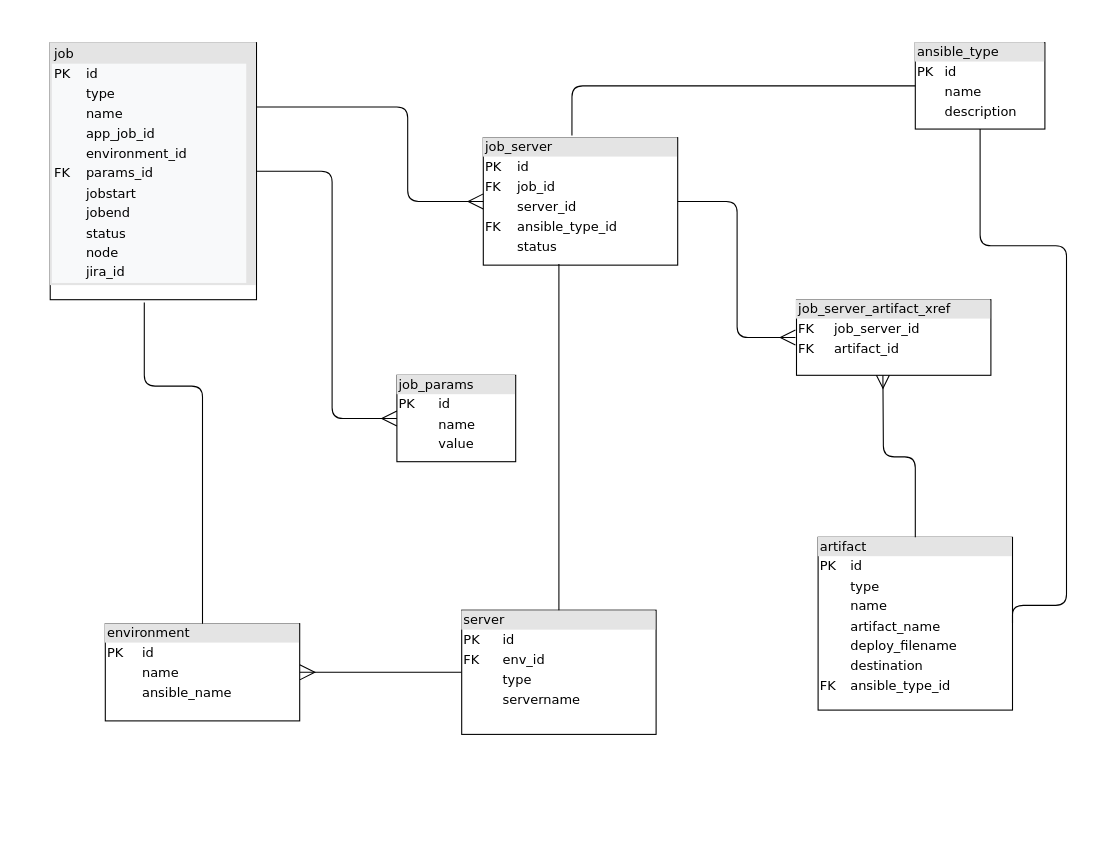
Before: DrawIO/KWI-Deployment-DB-ER.drawio in jchupick/development, a draw.io diagram. Source tidied: cells renumbered, new cells numbered last; positions are measured from the earlier drawing's top-left corner, leaving out a move shared by most shapes. Both pictures are drawn from the tidied source at 108%, with x=0, y=0 at pixel (50, 42).
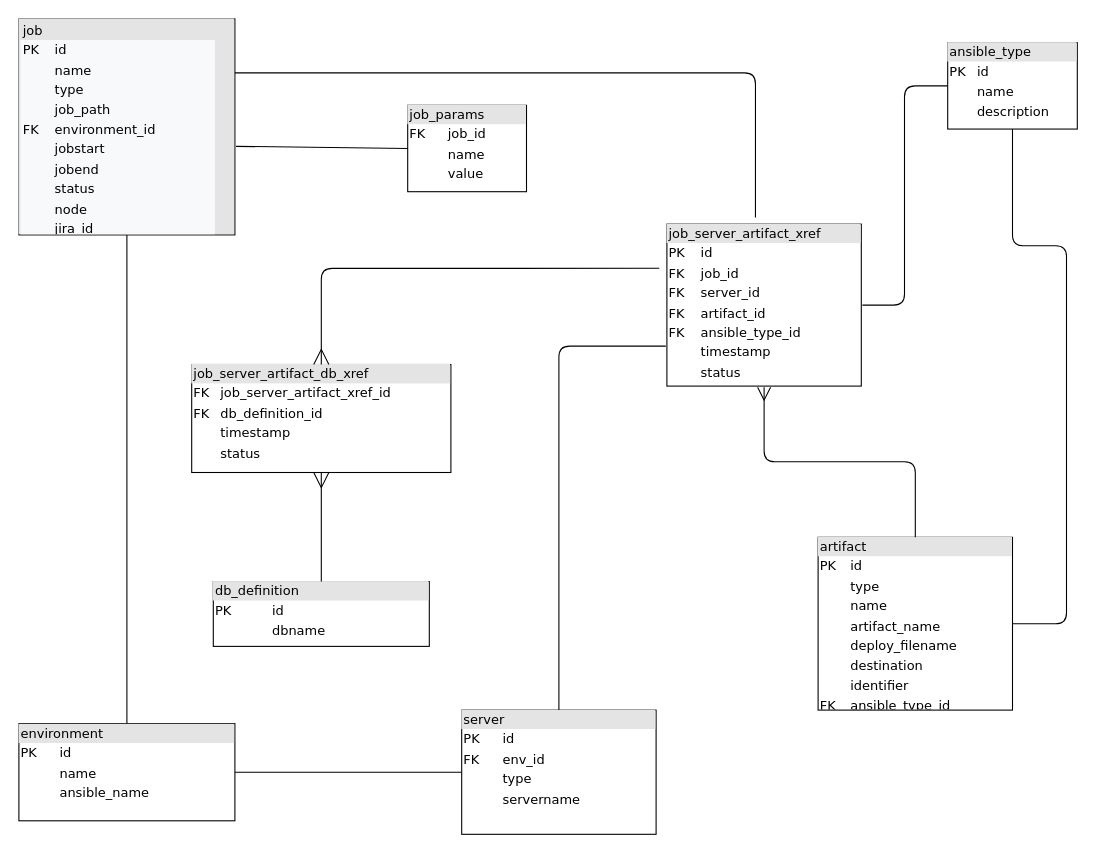
The same page after the edit.

The edit, as a diff of the source:
```diff
@@
-    <mxCell id="2" value="&lt;div style=&quot;box-sizing: border-box ; width: 100% ; background: #e4e4e4 ; padding: 2px&quot;&gt;&lt;div style=&quot;box-sizing: border-box ; width: 180px ; padding: 2px&quot;&gt;job&lt;/div&gt;&lt;table cellpadding=&quot;2&quot; cellspacing=&quot;0&quot; style=&quot;font-size: 1em ; background-color: rgb(248 , 249 , 250) ; width: 180px&quot;&gt;&lt;tbody&gt;&lt;tr&gt;&lt;td&gt;PK&lt;/td&gt;&lt;td&gt;id&lt;/td&gt;&lt;/tr&gt;&lt;tr&gt;&lt;td&gt;&lt;br&gt;&lt;/td&gt;&lt;td&gt;type&lt;/td&gt;&lt;/tr&gt;&lt;tr&gt;&lt;td&gt;&lt;/td&gt;&lt;td&gt;name&lt;/td&gt;&lt;/tr&gt;&lt;tr&gt;&lt;td&gt;&lt;br&gt;&lt;/td&gt;&lt;td&gt;app_job_id&lt;/td&gt;&lt;/tr&gt;&lt;tr&gt;&lt;td&gt;&lt;br&gt;&lt;/td&gt;&lt;td&gt;environment_id&lt;/td&gt;&lt;/tr&gt;&lt;tr&gt;&lt;td&gt;FK&lt;br&gt;&lt;/td&gt;&lt;td&gt;params_id&lt;/td&gt;&lt;/tr&gt;&lt;tr&gt;&lt;td&gt;&lt;br&gt;&lt;/td&gt;&lt;td&gt;jobstart&lt;/td&gt;&lt;/tr&gt;&lt;tr&gt;&lt;td&gt;&lt;br&gt;&lt;/td&gt;&lt;td&gt;jobend&lt;/td&gt;&lt;/tr&gt;&lt;tr&gt;&lt;td&gt;&lt;br&gt;&lt;/td&gt;&lt;td&gt;status&lt;/td&gt;&lt;/tr&gt;&lt;tr&gt;&lt;td&gt;&lt;br&gt;&lt;/td&gt;&lt;td&gt;node&lt;/td&gt;&lt;/tr&gt;&lt;tr&gt;&lt;td&gt;&lt;br&gt;&lt;/td&gt;&lt;td&gt;jira_id&lt;/td&gt;&lt;/tr&gt;&lt;/tbody&gt;&lt;/table&gt;&lt;/div&gt;" style="verticalAlign=top;align=left;overflow=fill;html=1;rounded=0;shadow=0;comic=0;labelBackgroundColor=none;strokeWidth=1;fontFamily=Verdana;fontSize=12;" parent="1" vertex="1">
-      <mxGeometry width="191" height="238" as="geometry" />
+    <mxCell id="2" value="&lt;div style=&quot;box-sizing: border-box ; width: 100% ; background: #e4e4e4 ; padding: 2px&quot;&gt;&lt;div style=&quot;box-sizing: border-box ; width: 180px ; padding: 2px&quot;&gt;job&lt;/div&gt;&lt;table cellpadding=&quot;2&quot; cellspacing=&quot;0&quot; style=&quot;font-size: 1em ; background-color: rgb(248 , 249 , 250) ; width: 180px&quot;&gt;&lt;tbody&gt;&lt;tr&gt;&lt;td&gt;PK&lt;/td&gt;&lt;td&gt;id&lt;/td&gt;&lt;/tr&gt;&lt;tr&gt;&lt;td&gt;&lt;br&gt;&lt;/td&gt;&lt;td&gt;name&lt;/td&gt;&lt;/tr&gt;&lt;tr&gt;&lt;td&gt;&lt;br&gt;&lt;/td&gt;&lt;td&gt;type&lt;/td&gt;&lt;/tr&gt;&lt;tr&gt;&lt;td&gt;&lt;br&gt;&lt;/td&gt;&lt;td&gt;job_path&lt;/td&gt;&lt;/tr&gt;&lt;tr&gt;&lt;td&gt;FK&lt;/td&gt;&lt;td&gt;environment_id&lt;/td&gt;&lt;/tr&gt;&lt;tr&gt;&lt;td&gt;&lt;br&gt;&lt;/td&gt;&lt;td&gt;jobstart&lt;/td&gt;&lt;/tr&gt;&lt;tr&gt;&lt;td&gt;&lt;br&gt;&lt;/td&gt;&lt;td&gt;jobend&lt;/td&gt;&lt;/tr&gt;&lt;tr&gt;&lt;td&gt;&lt;br&gt;&lt;/td&gt;&lt;td&gt;status&lt;/td&gt;&lt;/tr&gt;&lt;tr&gt;&lt;td&gt;&lt;br&gt;&lt;/td&gt;&lt;td&gt;node&lt;/td&gt;&lt;/tr&gt;&lt;tr&gt;&lt;td&gt;&lt;br&gt;&lt;/td&gt;&lt;td&gt;jira_id&lt;/td&gt;&lt;/tr&gt;&lt;/tbody&gt;&lt;/table&gt;&lt;/div&gt;" style="verticalAlign=top;align=left;overflow=fill;html=1;rounded=0;shadow=0;comic=0;labelBackgroundColor=none;strokeWidth=1;fontFamily=Verdana;fontSize=12;" parent="1" vertex="1">
+      <mxGeometry x="-29" y="-22" width="200" height="200" as="geometry" />
     </mxCell>
-    <mxCell id="3" value="&lt;div style=&quot;box-sizing: border-box ; width: 100% ; background: #e4e4e4 ; padding: 2px&quot;&gt;job_params&lt;/div&gt;&lt;table style=&quot;width: 100% ; font-size: 1em&quot; cellpadding=&quot;2&quot; cellspacing=&quot;0&quot;&gt;&lt;tbody&gt;&lt;tr&gt;&lt;td&gt;PK&lt;/td&gt;&lt;td&gt;id&lt;/td&gt;&lt;/tr&gt;&lt;tr&gt;&lt;td&gt;&lt;br&gt;&lt;/td&gt;&lt;td&gt;name&lt;/td&gt;&lt;/tr&gt;&lt;tr&gt;&lt;td&gt;&lt;/td&gt;&lt;td&gt;value&lt;/td&gt;&lt;/tr&gt;&lt;tr&gt;&lt;td&gt;&lt;/td&gt;&lt;td&gt;&lt;br&gt;&lt;/td&gt;&lt;/tr&gt;&lt;/tbody&gt;&lt;/table&gt;" style="verticalAlign=top;align=left;overflow=fill;html=1;rounded=0;shadow=0;comic=0;labelBackgroundColor=none;strokeWidth=1;fontFamily=Verdana;fontSize=12;" parent="1" vertex="1">
-      <mxGeometry x="321" y="308" width="110" height="80" as="geometry" />
+    <mxCell id="3" value="&lt;div style=&quot;box-sizing: border-box ; width: 100% ; background: #e4e4e4 ; padding: 2px&quot;&gt;job_params&lt;/div&gt;&lt;table style=&quot;width: 100% ; font-size: 1em&quot; cellpadding=&quot;2&quot; cellspacing=&quot;0&quot;&gt;&lt;tbody&gt;&lt;tr&gt;&lt;td&gt;FK&lt;/td&gt;&lt;td&gt;job_id&lt;/td&gt;&lt;/tr&gt;&lt;tr&gt;&lt;td&gt;&lt;br&gt;&lt;/td&gt;&lt;td&gt;name&lt;/td&gt;&lt;/tr&gt;&lt;tr&gt;&lt;td&gt;&lt;/td&gt;&lt;td&gt;value&lt;/td&gt;&lt;/tr&gt;&lt;tr&gt;&lt;td&gt;&lt;/td&gt;&lt;td&gt;&lt;br&gt;&lt;/td&gt;&lt;/tr&gt;&lt;/tbody&gt;&lt;/table&gt;" style="verticalAlign=top;align=left;overflow=fill;html=1;rounded=0;shadow=0;comic=0;labelBackgroundColor=none;strokeWidth=1;fontFamily=Verdana;fontSize=12;" parent="1" vertex="1">
+      <mxGeometry x="331" y="58" width="110" height="80" as="geometry" />
     </mxCell>
-    <mxCell id="4" style="edgeStyle=orthogonalEdgeStyle;html=1;labelBackgroundColor=none;startArrow=none;endArrow=ERmany;fontFamily=Verdana;fontSize=12;align=left;endFill=0;endSize=12;startFill=0;startSize=12;targetPerimeterSpacing=0;" parent="1" edge="1" source="5" target="6">
+    <mxCell id="4" style="edgeStyle=orthogonalEdgeStyle;html=1;labelBackgroundColor=none;startArrow=none;endArrow=none;fontFamily=Verdana;fontSize=12;align=left;endFill=0;endSize=12;startFill=0;startSize=12;targetPerimeterSpacing=0;" parent="1" edge="1" source="5" target="6">
       <mxGeometry relative="1" as="geometry" />
     </mxCell>
     <mxCell id="5" value="&lt;div style=&quot;box-sizing: border-box ; width: 100% ; background: #e4e4e4 ; padding: 2px&quot;&gt;server&lt;/div&gt;&lt;table style=&quot;width: 100% ; font-size: 1em&quot; cellpadding=&quot;2&quot; cellspacing=&quot;0&quot;&gt;&lt;tbody&gt;&lt;tr&gt;&lt;td&gt;PK&lt;/td&gt;&lt;td&gt;id&lt;/td&gt;&lt;/tr&gt;&lt;tr&gt;&lt;td&gt;FK&lt;/td&gt;&lt;td&gt;env_id&lt;/td&gt;&lt;/tr&gt;&lt;tr&gt;&lt;td&gt;&lt;/td&gt;&lt;td&gt;type&lt;/td&gt;&lt;/tr&gt;&lt;tr&gt;&lt;td&gt;&lt;br&gt;&lt;/td&gt;&lt;td&gt;servername&lt;br&gt;&lt;/td&gt;&lt;/tr&gt;&lt;/tbody&gt;&lt;/table&gt;" style="verticalAlign=top;align=left;overflow=fill;html=1;rounded=0;shadow=0;comic=0;labelBackgroundColor=none;strokeWidth=1;fontFamily=Verdana;fontSize=12;" parent="1" vertex="1">
-      <mxGeometry x="381" y="525.5" width="180" height="115" as="geometry" />
+      <mxGeometry x="381" y="618" width="180" height="115" as="geometry" />
     </mxCell>
     <mxCell id="6" value="&lt;div style=&quot;box-sizing: border-box ; width: 100% ; background: #e4e4e4 ; padding: 2px&quot;&gt;environment&lt;/div&gt;&lt;table style=&quot;width: 100% ; font-size: 1em&quot; cellpadding=&quot;2&quot; cellspacing=&quot;0&quot;&gt;&lt;tbody&gt;&lt;tr&gt;&lt;td&gt;PK&lt;/td&gt;&lt;td&gt;id&lt;/td&gt;&lt;/tr&gt;&lt;tr&gt;&lt;td&gt;&lt;br&gt;&lt;/td&gt;&lt;td&gt;name&lt;/td&gt;&lt;/tr&gt;&lt;tr&gt;&lt;td&gt;&lt;/td&gt;&lt;td&gt;ansible_name&lt;/td&gt;&lt;/tr&gt;&lt;tr&gt;&lt;td&gt;&lt;/td&gt;&lt;td&gt;&lt;br&gt;&lt;/td&gt;&lt;/tr&gt;&lt;/tbody&gt;&lt;/table&gt;" style="verticalAlign=top;align=left;overflow=fill;html=1;rounded=0;shadow=0;comic=0;labelBackgroundColor=none;strokeWidth=1;fontFamily=Verdana;fontSize=12;" parent="1" vertex="1">
-      <mxGeometry x="51" y="538" width="180" height="90" as="geometry" />
+      <mxGeometry x="-29" y="630.5" width="200" height="90" as="geometry" />
     </mxCell>
-    <mxCell id="7" style="edgeStyle=orthogonalEdgeStyle;html=1;entryX=0.5;entryY=0;labelBackgroundColor=none;startArrow=none;endArrow=none;fontFamily=Verdana;fontSize=12;align=left;exitX=0.456;exitY=1.011;exitDx=0;exitDy=0;exitPerimeter=0;startFill=0;endFill=0;" parent="1" edge="1" source="2" target="6">
-      <mxGeometry relative="1" as="geometry">
-        <Array as="points">
-          <mxPoint x="87" y="318" />
-          <mxPoint x="141" y="318" />
-        </Array>
-      </mxGeometry>
-    </mxCell>
-    <mxCell id="8" value="&lt;div style=&quot;box-sizing: border-box ; width: 100% ; background: #e4e4e4 ; padding: 2px&quot;&gt;job_server_artifact_xref&lt;/div&gt;&lt;table style=&quot;width: 100% ; font-size: 1em&quot; cellpadding=&quot;2&quot; cellspacing=&quot;0&quot;&gt;&lt;tbody&gt;&lt;tr&gt;&lt;td&gt;FK&lt;/td&gt;&lt;td&gt;job_server_id&lt;/td&gt;&lt;/tr&gt;&lt;tr&gt;&lt;td&gt;FK&lt;/td&gt;&lt;td&gt;artifact_id&lt;/td&gt;&lt;/tr&gt;&lt;/tbody&gt;&lt;/table&gt;" style="verticalAlign=top;align=left;overflow=fill;html=1;rounded=0;shadow=0;comic=0;labelBackgroundColor=none;strokeWidth=1;fontFamily=Verdana;fontSize=12;perimeterSpacing=1;" parent="1" vertex="1">
-      <mxGeometry x="691" y="238" width="180" height="70" as="geometry" />
+    <mxCell id="8" value="&lt;div style=&quot;box-sizing: border-box ; width: 100% ; background: #e4e4e4 ; padding: 2px&quot;&gt;job_server_artifact_xref&lt;/div&gt;&lt;table style=&quot;width: 100% ; font-size: 1em&quot; cellpadding=&quot;2&quot; cellspacing=&quot;0&quot;&gt;&lt;tbody&gt;&lt;tr&gt;&lt;td&gt;PK&lt;/td&gt;&lt;td&gt;id&lt;/td&gt;&lt;/tr&gt;&lt;tr&gt;&lt;td&gt;FK&lt;/td&gt;&lt;td&gt;job_id&lt;/td&gt;&lt;/tr&gt;&lt;tr&gt;&lt;td&gt;FK&lt;/td&gt;&lt;td&gt;server_id&lt;/td&gt;&lt;/tr&gt;&lt;tr&gt;&lt;td&gt;FK&lt;/td&gt;&lt;td&gt;artifact_id&lt;/td&gt;&lt;/tr&gt;&lt;tr&gt;&lt;td&gt;FK&lt;/td&gt;&lt;td&gt;ansible_type_id&lt;/td&gt;&lt;/tr&gt;&lt;tr&gt;&lt;td&gt;&lt;br&gt;&lt;/td&gt;&lt;td&gt;timestamp&lt;/td&gt;&lt;/tr&gt;&lt;tr&gt;&lt;td&gt;&lt;br&gt;&lt;/td&gt;&lt;td&gt;status&lt;/td&gt;&lt;/tr&gt;&lt;/tbody&gt;&lt;/table&gt;" style="verticalAlign=top;align=left;overflow=fill;html=1;rounded=0;shadow=0;comic=0;labelBackgroundColor=none;strokeWidth=1;fontFamily=Verdana;fontSize=12;perimeterSpacing=1;" parent="1" vertex="1">
+      <mxGeometry x="571" y="168" width="180" height="150" as="geometry" />
     </mxCell>
-    <mxCell id="9" value="&lt;div style=&quot;box-sizing: border-box ; width: 100% ; background: #e4e4e4 ; padding: 2px&quot;&gt;artifact&lt;/div&gt;&lt;table style=&quot;width: 100% ; font-size: 1em&quot; cellpadding=&quot;2&quot; cellspacing=&quot;0&quot;&gt;&lt;tbody&gt;&lt;tr&gt;&lt;td&gt;PK&lt;/td&gt;&lt;td&gt;id&lt;/td&gt;&lt;/tr&gt;&lt;tr&gt;&lt;td&gt;&lt;br&gt;&lt;/td&gt;&lt;td&gt;type&lt;/td&gt;&lt;/tr&gt;&lt;tr&gt;&lt;td&gt;&lt;/td&gt;&lt;td&gt;name&lt;/td&gt;&lt;/tr&gt;&lt;tr&gt;&lt;td&gt;&lt;br&gt;&lt;/td&gt;&lt;td&gt;artifact_name&lt;/td&gt;&lt;/tr&gt;&lt;tr&gt;&lt;td&gt;&lt;br&gt;&lt;/td&gt;&lt;td&gt;deploy_filename&lt;/td&gt;&lt;/tr&gt;&lt;tr&gt;&lt;td&gt;&lt;br&gt;&lt;/td&gt;&lt;td&gt;destination&lt;/td&gt;&lt;/tr&gt;&lt;tr&gt;&lt;td&gt;FK&lt;/td&gt;&lt;td&gt;ansible_type_id&lt;/td&gt;&lt;/tr&gt;&lt;/tbody&gt;&lt;/table&gt;" style="verticalAlign=top;align=left;overflow=fill;html=1;rounded=0;shadow=0;comic=0;labelBackgroundColor=none;strokeWidth=1;fontFamily=Verdana;fontSize=12;" parent="1" vertex="1">
+    <mxCell id="9" value="&lt;div style=&quot;box-sizing: border-box ; width: 100% ; background: #e4e4e4 ; padding: 2px&quot;&gt;artifact&lt;/div&gt;&lt;table style=&quot;width: 100% ; font-size: 1em&quot; cellpadding=&quot;2&quot; cellspacing=&quot;0&quot;&gt;&lt;tbody&gt;&lt;tr&gt;&lt;td&gt;PK&lt;/td&gt;&lt;td&gt;id&lt;/td&gt;&lt;/tr&gt;&lt;tr&gt;&lt;td&gt;&lt;br&gt;&lt;/td&gt;&lt;td&gt;type&lt;/td&gt;&lt;/tr&gt;&lt;tr&gt;&lt;td&gt;&lt;/td&gt;&lt;td&gt;name&lt;/td&gt;&lt;/tr&gt;&lt;tr&gt;&lt;td&gt;&lt;br&gt;&lt;/td&gt;&lt;td&gt;artifact_name&lt;/td&gt;&lt;/tr&gt;&lt;tr&gt;&lt;td&gt;&lt;br&gt;&lt;/td&gt;&lt;td&gt;deploy_filename&lt;/td&gt;&lt;/tr&gt;&lt;tr&gt;&lt;td&gt;&lt;br&gt;&lt;/td&gt;&lt;td&gt;destination&lt;/td&gt;&lt;/tr&gt;&lt;tr&gt;&lt;td&gt;&lt;br&gt;&lt;/td&gt;&lt;td&gt;identifier&lt;/td&gt;&lt;/tr&gt;&lt;tr&gt;&lt;td&gt;FK&lt;/td&gt;&lt;td&gt;ansible_type_id&lt;/td&gt;&lt;/tr&gt;&lt;/tbody&gt;&lt;/table&gt;" style="verticalAlign=top;align=left;overflow=fill;html=1;rounded=0;shadow=0;comic=0;labelBackgroundColor=none;strokeWidth=1;fontFamily=Verdana;fontSize=12;" parent="1" vertex="1">
       <mxGeometry x="711" y="458" width="180" height="160" as="geometry" />
     </mxCell>
-    <mxCell id="10" value="&lt;div style=&quot;box-sizing: border-box ; width: 100% ; background: #e4e4e4 ; padding: 2px&quot;&gt;job_server&lt;/div&gt;&lt;table style=&quot;width: 100% ; font-size: 1em&quot; cellpadding=&quot;2&quot; cellspacing=&quot;0&quot;&gt;&lt;tbody&gt;&lt;tr&gt;&lt;td&gt;PK&lt;/td&gt;&lt;td&gt;id&lt;/td&gt;&lt;/tr&gt;&lt;tr&gt;&lt;td&gt;FK&lt;/td&gt;&lt;td&gt;job_id&lt;/td&gt;&lt;/tr&gt;&lt;tr&gt;&lt;td&gt;&lt;/td&gt;&lt;td&gt;server_id&lt;/td&gt;&lt;/tr&gt;&lt;tr&gt;&lt;td&gt;FK&lt;/td&gt;&lt;td&gt;ansible_type_id&lt;/td&gt;&lt;/tr&gt;&lt;tr&gt;&lt;td&gt;&lt;br&gt;&lt;/td&gt;&lt;td&gt;status&lt;/td&gt;&lt;/tr&gt;&lt;/tbody&gt;&lt;/table&gt;" style="verticalAlign=top;align=left;overflow=fill;html=1;rounded=0;shadow=0;comic=0;labelBackgroundColor=none;strokeWidth=1;fontFamily=Verdana;fontSize=12;" parent="1" vertex="1">
-      <mxGeometry x="401" y="88" width="180" height="118" as="geometry" />
-    </mxCell>
-    <mxCell id="11" style="edgeStyle=orthogonalEdgeStyle;html=1;entryX=0;entryY=0.5;labelBackgroundColor=none;startArrow=none;endArrow=ERmany;fontFamily=Verdana;fontSize=12;align=left;exitX=1;exitY=0.5;exitDx=0;exitDy=0;entryDx=0;entryDy=0;startFill=0;endFill=0;endSize=12;" parent="1" edge="1" source="2" target="3">
-      <mxGeometry relative="1" as="geometry">
-        <Array as="points">
-          <mxPoint x="261" y="119" />
-          <mxPoint x="261" y="348" />
-        </Array>
-      </mxGeometry>
-    </mxCell>
-    <mxCell id="12" style="edgeStyle=orthogonalEdgeStyle;html=1;entryX=0;entryY=0.5;labelBackgroundColor=none;startArrow=none;endArrow=ERmany;fontFamily=Verdana;fontSize=12;align=left;exitX=1;exitY=0.25;exitDx=0;exitDy=0;entryDx=0;entryDy=0;startFill=0;endFill=0;endSize=12;" parent="1" edge="1" source="2" target="10">
+    <mxCell id="12" style="edgeStyle=orthogonalEdgeStyle;html=1;entryX=0.456;entryY=-0.033;labelBackgroundColor=none;startArrow=none;endArrow=none;fontFamily=Verdana;fontSize=12;align=left;entryDx=0;entryDy=0;startFill=0;endFill=0;endSize=12;entryPerimeter=0;exitX=1;exitY=0.25;exitDx=0;exitDy=0;" parent="1" edge="1" source="2" target="8">
       <mxGeometry relative="1" as="geometry">
         <Array as="points">
-          <mxPoint x="331" y="60" />
-          <mxPoint x="331" y="147" />
+          <mxPoint x="653" y="28" />
         </Array>
       </mxGeometry>
     </mxCell>
-    <mxCell id="13" style="edgeStyle=orthogonalEdgeStyle;html=1;entryX=0;entryY=0.5;labelBackgroundColor=none;startArrow=none;endArrow=ERmany;fontFamily=Verdana;fontSize=12;align=left;exitX=1;exitY=0.5;exitDx=0;exitDy=0;entryDx=0;entryDy=0;startFill=0;endSize=12;endFill=0;" parent="1" edge="1" source="10" target="8">
-      <mxGeometry relative="1" as="geometry" />
-    </mxCell>
     <mxCell id="14" value="&lt;div style=&quot;box-sizing: border-box ; width: 100% ; background: #e4e4e4 ; padding: 2px&quot;&gt;ansible_type&lt;/div&gt;&lt;table style=&quot;width: 100% ; font-size: 1em&quot; cellpadding=&quot;2&quot; cellspacing=&quot;0&quot;&gt;&lt;tbody&gt;&lt;tr&gt;&lt;td&gt;PK&lt;/td&gt;&lt;td&gt;id&lt;/td&gt;&lt;/tr&gt;&lt;tr&gt;&lt;td&gt;&lt;br&gt;&lt;/td&gt;&lt;td&gt;name&lt;/td&gt;&lt;/tr&gt;&lt;tr&gt;&lt;td&gt;&lt;/td&gt;&lt;td&gt;description&lt;/td&gt;&lt;/tr&gt;&lt;tr&gt;&lt;td&gt;&lt;/td&gt;&lt;td&gt;&lt;br&gt;&lt;/td&gt;&lt;/tr&gt;&lt;/tbody&gt;&lt;/table&gt;" style="verticalAlign=top;align=left;overflow=fill;html=1;rounded=0;shadow=0;comic=0;labelBackgroundColor=none;strokeWidth=1;fontFamily=Verdana;fontSize=12;" parent="1" vertex="1">
-      <mxGeometry x="801" width="120" height="80" as="geometry" />
+      <mxGeometry x="831" width="120" height="80" as="geometry" />
     </mxCell>
-    <mxCell id="15" style="edgeStyle=orthogonalEdgeStyle;html=1;entryX=0;entryY=0.5;labelBackgroundColor=none;startArrow=none;endArrow=none;fontFamily=Verdana;fontSize=12;align=left;exitX=0.456;exitY=-0.017;exitDx=0;exitDy=0;entryDx=0;entryDy=0;exitPerimeter=0;endFill=0;startFill=0;" parent="1" edge="1" source="10" target="14">
+    <mxCell id="15" style="edgeStyle=orthogonalEdgeStyle;html=1;entryX=0;entryY=0.5;labelBackgroundColor=none;startArrow=none;endArrow=none;fontFamily=Verdana;fontSize=12;align=left;exitX=1;exitY=0.5;exitDx=0;exitDy=0;entryDx=0;entryDy=0;endFill=0;startFill=0;" parent="1" edge="1" source="8" target="14">
       <mxGeometry relative="1" as="geometry">
         <Array as="points">
-          <mxPoint x="483" y="40" />
+          <mxPoint x="791" y="243" />
+          <mxPoint x="791" y="40" />
         </Array>
       </mxGeometry>
     </mxCell>
-    <mxCell id="16" style="edgeStyle=orthogonalEdgeStyle;html=1;labelBackgroundColor=none;startArrow=ERmany;endArrow=none;fontFamily=Verdana;fontSize=12;align=left;startFill=0;endSize=12;endFill=0;startSize=10;" parent="1" edge="1" target="9">
-      <mxGeometry relative="1" as="geometry">
-        <mxPoint x="771" y="308" as="sourcePoint" />
-      </mxGeometry>
+    <mxCell id="16" style="edgeStyle=orthogonalEdgeStyle;html=1;labelBackgroundColor=none;startArrow=ERmany;endArrow=none;fontFamily=Verdana;fontSize=12;align=left;startFill=0;endSize=12;endFill=0;startSize=10;exitX=0.5;exitY=1;exitDx=0;exitDy=0;" parent="1" edge="1" source="8" target="9">
+      <mxGeometry relative="1" as="geometry" />
     </mxCell>
     <mxCell id="17" style="edgeStyle=orthogonalEdgeStyle;html=1;labelBackgroundColor=none;startArrow=none;endArrow=none;fontFamily=Verdana;fontSize=12;align=left;exitX=0.5;exitY=1;exitDx=0;exitDy=0;entryX=1;entryY=0.5;entryDx=0;entryDy=0;endFill=0;startFill=0;" parent="1" edge="1" source="14" target="9">
       <mxGeometry relative="1" as="geometry">
         <Array as="points">
-          <mxPoint x="861" y="188" />
+          <mxPoint x="891" y="188" />
           <mxPoint x="941" y="188" />
-          <mxPoint x="941" y="521" />
+          <mxPoint x="941" y="538" />
         </Array>
       </mxGeometry>
     </mxCell>
-    <mxCell id="18" style="edgeStyle=orthogonalEdgeStyle;html=1;labelBackgroundColor=none;startArrow=none;endArrow=none;fontFamily=Verdana;fontSize=12;align=left;endFill=0;endSize=12;startFill=0;startSize=12;targetPerimeterSpacing=0;exitX=0.389;exitY=0.992;exitDx=0;exitDy=0;exitPerimeter=0;entryX=0.5;entryY=0;entryDx=0;entryDy=0;" parent="1" edge="1" source="10" target="5">
+    <mxCell id="18" style="edgeStyle=orthogonalEdgeStyle;html=1;labelBackgroundColor=none;startArrow=none;endArrow=none;fontFamily=Verdana;fontSize=12;align=left;endFill=0;endSize=12;startFill=0;startSize=12;targetPerimeterSpacing=0;exitX=0;exitY=0.75;exitDx=0;exitDy=0;entryX=0.5;entryY=0;entryDx=0;entryDy=0;" parent="1" edge="1" source="8" target="5">
       <mxGeometry relative="1" as="geometry" />
     </mxCell>
+    <mxCell id="7" style="edgeStyle=orthogonalEdgeStyle;html=1;labelBackgroundColor=none;startArrow=none;endArrow=none;fontFamily=Verdana;fontSize=12;align=left;endFill=0;endSize=12;startFill=0;startSize=12;targetPerimeterSpacing=0;exitX=0.5;exitY=1;exitDx=0;exitDy=0;entryX=0.5;entryY=0;entryDx=0;entryDy=0;" parent="1" edge="1" source="2" target="6">
+      <mxGeometry relative="1" as="geometry" />
+    </mxCell>
+    <mxCell id="11" style="endArrow=none;html=1;rounded=0;exitX=1.005;exitY=0.59;exitDx=0;exitDy=0;exitPerimeter=0;entryX=0;entryY=0.5;entryDx=0;entryDy=0;" parent="1" edge="1" source="2" target="3">
+      <mxGeometry relative="1" as="geometry" />
+    </mxCell>
+    <mxCell id="19" value="&lt;div style=&quot;box-sizing: border-box ; width: 100% ; background: #e4e4e4 ; padding: 2px&quot;&gt;db_definition&lt;/div&gt;&lt;table style=&quot;width: 100% ; font-size: 1em&quot; cellpadding=&quot;2&quot; cellspacing=&quot;0&quot;&gt;&lt;tbody&gt;&lt;tr&gt;&lt;td&gt;PK&lt;/td&gt;&lt;td&gt;id&lt;/td&gt;&lt;/tr&gt;&lt;tr&gt;&lt;td&gt;&lt;br&gt;&lt;/td&gt;&lt;td&gt;dbname&lt;/td&gt;&lt;/tr&gt;&lt;tr&gt;&lt;td&gt;&lt;/td&gt;&lt;td&gt;&lt;br&gt;&lt;/td&gt;&lt;/tr&gt;&lt;/tbody&gt;&lt;/table&gt;" style="verticalAlign=top;align=left;overflow=fill;html=1;rounded=0;shadow=0;comic=0;labelBackgroundColor=none;strokeWidth=1;fontFamily=Verdana;fontSize=12;" parent="1" vertex="1">
+      <mxGeometry x="151" y="499" width="200" height="60" as="geometry" />
+    </mxCell>
+    <mxCell id="20" value="&lt;div style=&quot;box-sizing: border-box ; width: 100% ; background: #e4e4e4 ; padding: 2px&quot;&gt;job_server_artifact_db_xref&lt;br&gt;&lt;/div&gt;&lt;table style=&quot;width: 100% ; font-size: 1em&quot; cellpadding=&quot;2&quot; cellspacing=&quot;0&quot;&gt;&lt;tbody&gt;&lt;tr&gt;&lt;td&gt;FK&lt;/td&gt;&lt;td&gt;job_server_artifact_xref_id&lt;br&gt;&lt;/td&gt;&lt;/tr&gt;&lt;tr&gt;&lt;td&gt;FK&lt;/td&gt;&lt;td&gt;db_definition_id&lt;/td&gt;&lt;/tr&gt;&lt;tr&gt;&lt;td&gt;&lt;br&gt;&lt;/td&gt;&lt;td&gt;timestamp&lt;/td&gt;&lt;/tr&gt;&lt;tr&gt;&lt;td&gt;&lt;/td&gt;&lt;td&gt;status&lt;/td&gt;&lt;/tr&gt;&lt;/tbody&gt;&lt;/table&gt;" style="verticalAlign=top;align=left;overflow=fill;html=1;rounded=0;shadow=0;comic=0;labelBackgroundColor=none;strokeWidth=1;fontFamily=Verdana;fontSize=12;" parent="1" vertex="1">
+      <mxGeometry x="131" y="298" width="240" height="100" as="geometry" />
+    </mxCell>
+    <mxCell id="21" style="endArrow=ERmany;html=1;rounded=0;exitX=0.5;exitY=0;exitDx=0;exitDy=0;entryX=0.5;entryY=1;entryDx=0;entryDy=0;startArrow=none;startFill=0;endFill=0;strokeWidth=1;endSize=12;startSize=12;" parent="1" edge="1" source="19" target="20">
+      <mxGeometry relative="1" as="geometry" />
+    </mxCell>
+    <mxCell id="22" style="edgeStyle=orthogonalEdgeStyle;html=1;labelBackgroundColor=none;startArrow=none;endArrow=ERmany;fontFamily=Verdana;fontSize=12;align=left;endFill=0;endSize=12;startFill=0;startSize=12;targetPerimeterSpacing=0;exitX=-0.033;exitY=0.276;exitDx=0;exitDy=0;entryX=0.5;entryY=0;entryDx=0;entryDy=0;exitPerimeter=0;" parent="1" edge="1" source="8" target="20">
+      <mxGeometry relative="1" as="geometry" />
+    </mxCell>
```
